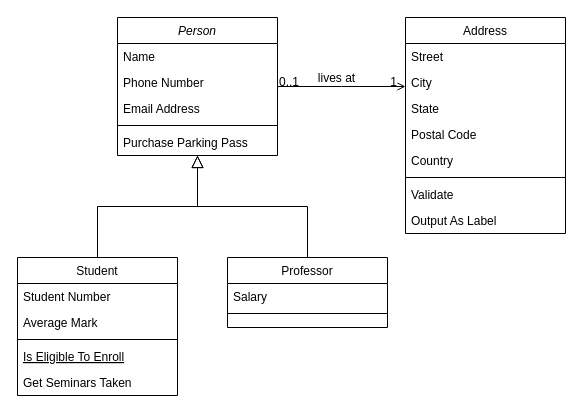
This is Untitled Diagram.drawio from wushenchao/dro, a draw.io file, before an edit. Source tidied: cells renumbered, new cells numbered last; positions are measured from the earlier drawing's top-left corner, leaving out a move shared by most shapes. Both pictures are drawn from the tidied source at 100%, with x=0, y=0 at pixel (17, 17).
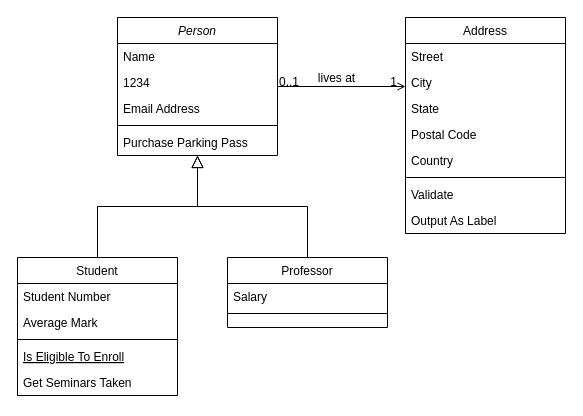
After the change.

The change refers to these unchanged cells:
```xml
<mxCell id="2" value="Person" style="swimlane;fontStyle=2;align=center;verticalAlign=top;horizontal=1;startSize=26;rounded=0;shadow=0;strokeWidth=1;" parent="1" vertex="1">
  <mxGeometry x="100" width="160" height="138" as="geometry" />
</mxCell>
```

Change to the diagram source:
```diff
@@
-    <mxCell id="4" value="Phone Number" style="text;align=left;verticalAlign=top;spacingLeft=4;spacingRight=4;overflow=hidden;rounded=0;shadow=0;html=0;" parent="2" vertex="1">
+    <mxCell id="4" value="1234" style="text;align=left;verticalAlign=top;spacingLeft=4;spacingRight=4;overflow=hidden;rounded=0;shadow=0;html=0;" parent="2" vertex="1">
       <mxGeometry y="52" width="160" height="26" as="geometry" />
     </mxCell>
```
